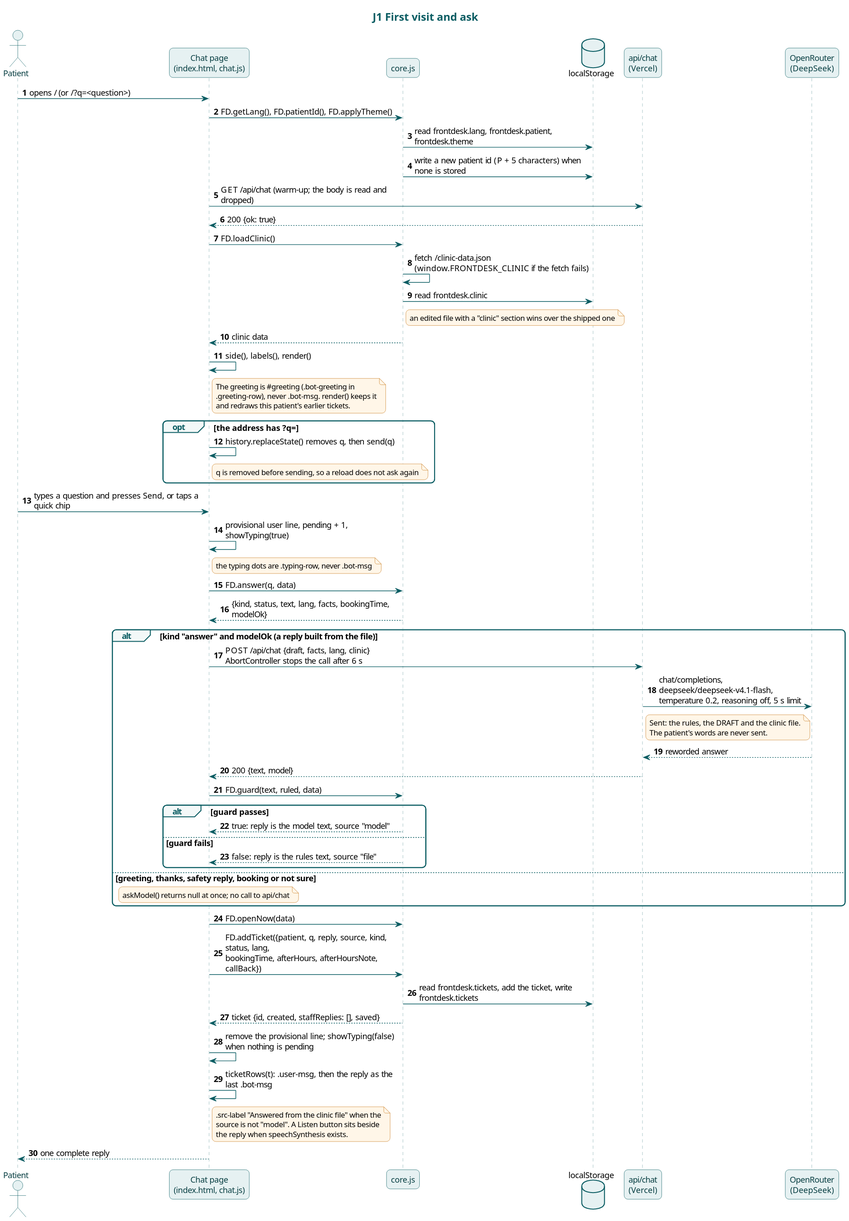
The PlantUML diagram docs/diagrams/j1-first-visit-and-ask.svg in karwasanjay007/frontdesk-ai-docs, before a commit.
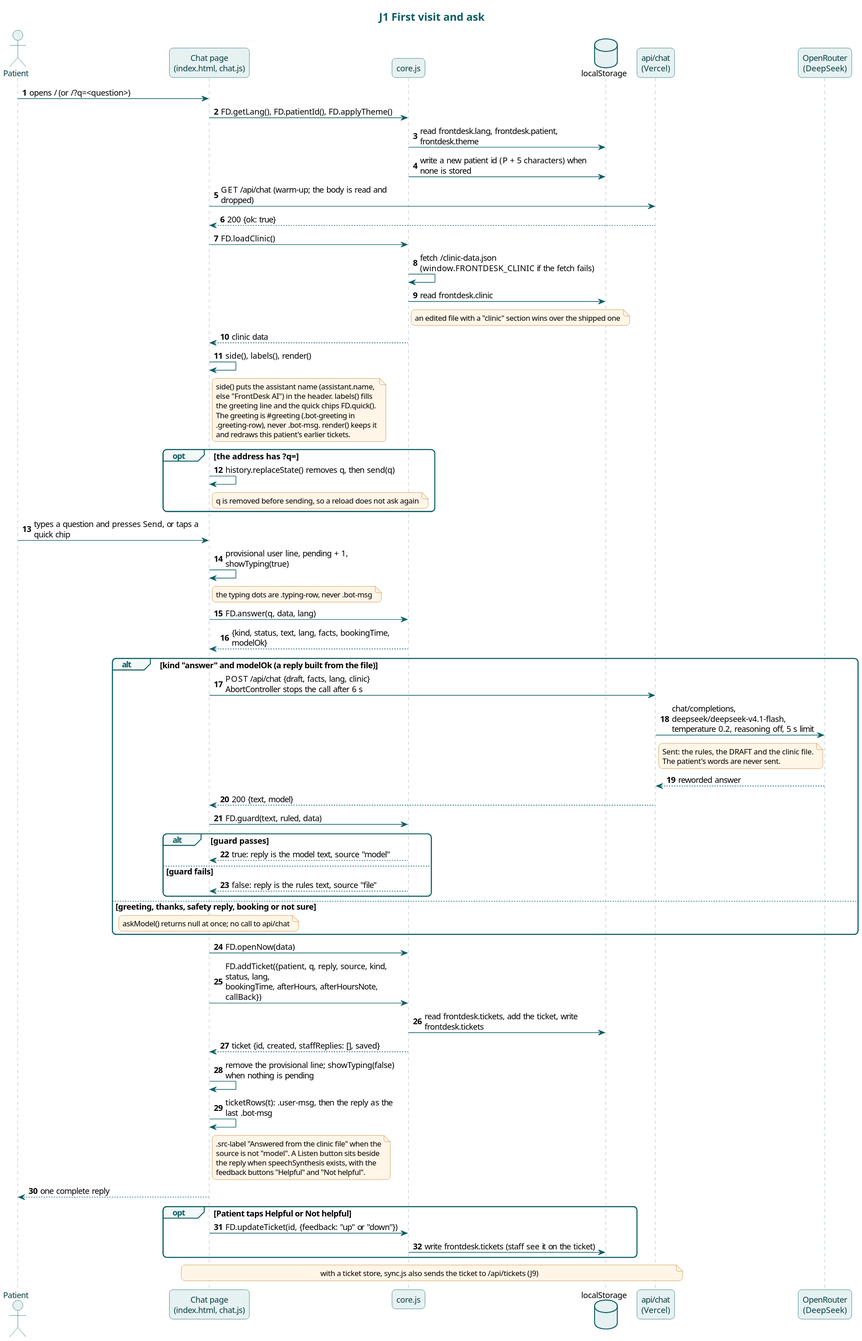
The same diagram one commit later.

What changed in the source:
```diff
@@ -22,6 +22,9 @@
 Core --> Chat : clinic data
 Chat -> Chat : side(), labels(), render()
 note right of Chat
+side() puts the assistant name (assistant.name,
+else "FrontDesk AI") in the header. labels() fills
+the greeting line and the quick chips FD.quick().
 The greeting is #greeting (.bot-greeting in
 .greeting-row), never .bot-msg. render() keeps it
 and redraws this patient's earlier tickets.
@@ -35,7 +38,7 @@
 Patient -> Chat : types a question and presses Send, or taps a quick chip
 Chat -> Chat : provisional user line, pending + 1, showTyping(true)
 note right of Chat : the typing dots are .typing-row, never .bot-msg
-Chat -> Core : FD.answer(q, data)
+Chat -> Core : FD.answer(q, data, lang)
 Core --> Chat : {kind, status, text, lang, facts, bookingTime, modelOk}
 
 alt kind "answer" and modelOk (a reply built from the file)
@@ -66,7 +69,13 @@
 note right of Chat
 .src-label "Answered from the clinic file" when the
 source is not "model". A Listen button sits beside
-the reply when speechSynthesis exists.
+the reply when speechSynthesis exists, with the
+feedback buttons "Helpful" and "Not helpful".
 end note
 Chat --> Patient : one complete reply
+opt Patient taps Helpful or Not helpful
+  Chat -> Core : FD.updateTicket(id, {feedback: "up" or "down"})
+  Core -> LS : write frontdesk.tickets (staff see it on the ticket)
+end
+note over Chat, API : with a ticket store, sync.js also sends the ticket to /api/tickets (J9)
 @enduml
```
